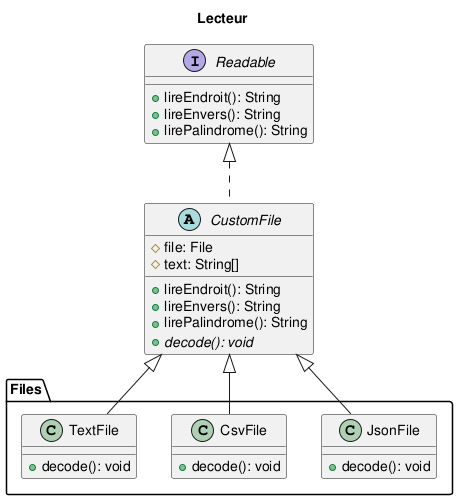
This is uml/class-diagram.png from remabd/JAVA-Lecteur, a PlantUML export, as it was before one commit.
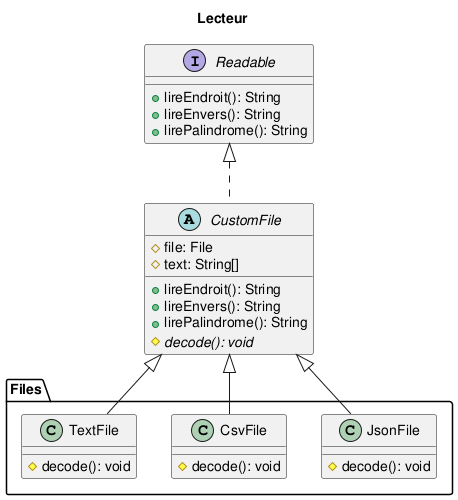
The same file after the commit.

Commit message:
feat: améliorations readme et code, decode passe dans le constructeur

Diff of the diagram source:
```diff
@@ -17,18 +17,18 @@
   + lireEndroit(): String
   + lireEnvers(): String
   + lirePalindrome(): String
-  + {abstract} decode(): void
+  # {abstract} decode(): void
 }
 
 package "Files" {
   class TextFile {
-    + decode(): void
+    # decode(): void
   }
   class CsvFile {
-    + decode(): void
+    # decode(): void
   }
   class JsonFile  {
-    + decode(): void
+    # decode(): void
   }
 }
 
```
